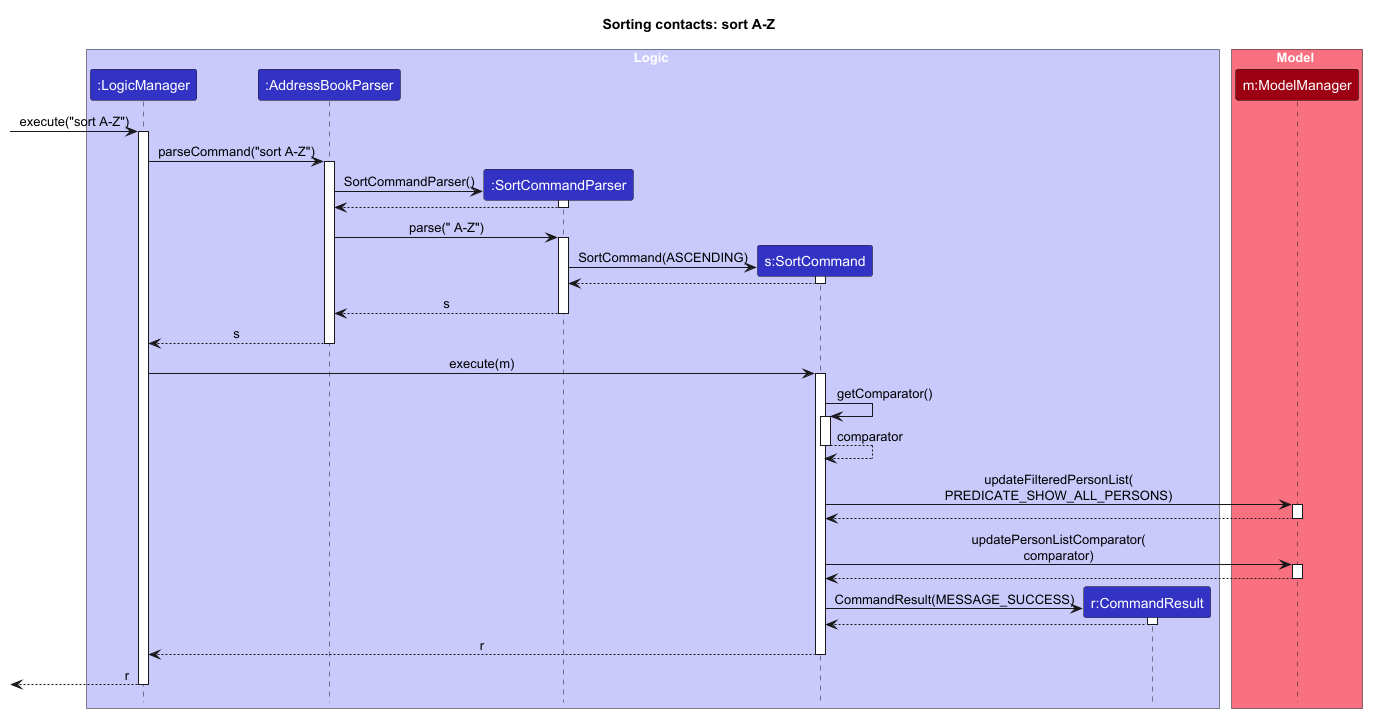
The PlantUML diagram docs/images/SortSequenceDiagram.png in AY2627S1-CS2103T-W08-3/tp, before a commit.
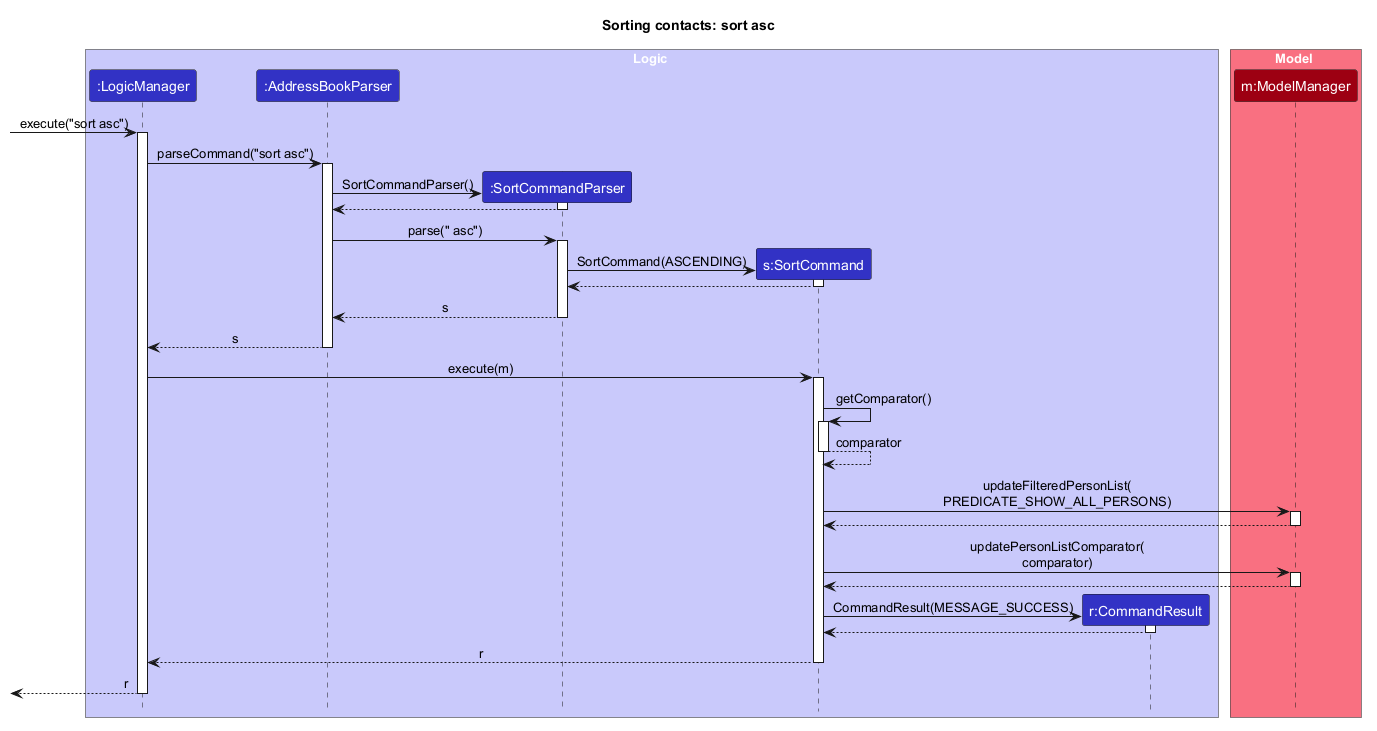
The same diagram one commit later.

Commit message:
Use asc and desc for lexigraphical sorting

What changed in the source:
```diff
@@ -5,7 +5,7 @@
 skinparam sequenceMessageAlign center
 hide footbox
 
-title Sorting contacts: sort A-Z
+title Sorting contacts: sort asc
 
 box Logic LOGIC_COLOR_T1
 participant ":LogicManager" as LogicManager LOGIC_COLOR
@@ -19,10 +19,10 @@
 participant "m:ModelManager" as Model MODEL_COLOR
 end box
 
-[-> LogicManager : execute("sort A-Z")
+[-> LogicManager : execute("sort asc")
 activate LogicManager
 
-LogicManager -> AddressBookParser : parseCommand("sort A-Z")
+LogicManager -> AddressBookParser : parseCommand("sort asc")
 activate AddressBookParser
 
 create SortCommandParser
@@ -31,7 +31,7 @@
 SortCommandParser --> AddressBookParser
 deactivate SortCommandParser
 
-AddressBookParser -> SortCommandParser : parse(" A-Z")
+AddressBookParser -> SortCommandParser : parse(" asc")
 activate SortCommandParser
 
 create SortCommand
```
